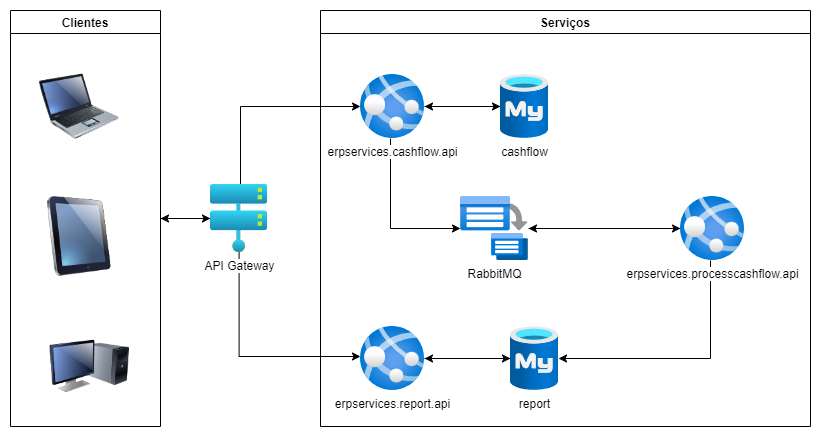
Above: Documentation/arquitetura.png in leansousa/ERPServices (draw.io), before the change. Source tidied: cells renumbered, new cells last; positions are measured from the earlier drawing's top-left corner, leaving out a move shared by most shapes.
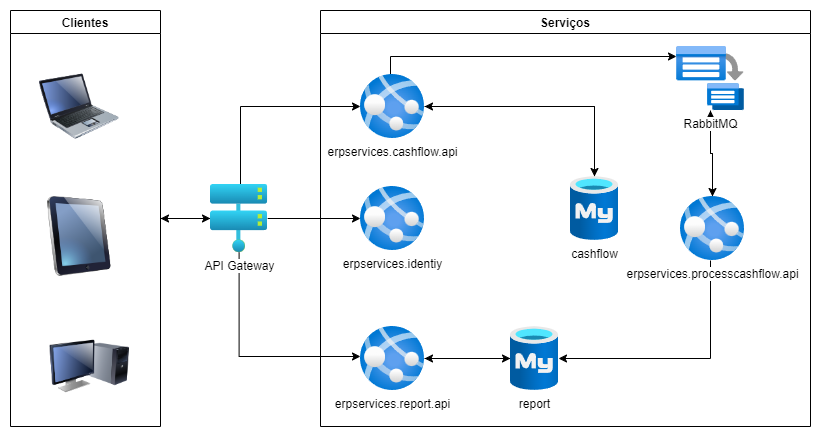
The same diagram one commit later.

The edit, as a diff of the source:
```diff
@@ -28,6 +28,9 @@
     <mxCell id="7" style="edgeStyle=orthogonalEdgeStyle;rounded=0;jettySize=auto;html=1;entryX=1;entryY=0.5;entryDx=0;entryDy=0;" parent="1" edge="1" source="8" target="24">
       <mxGeometry relative="1" as="geometry" />
     </mxCell>
+    <mxCell id="26" style="edgeStyle=orthogonalEdgeStyle;rounded=0;jettySize=auto;html=1;" parent="1" edge="1" source="8" target="27">
+      <mxGeometry relative="1" as="geometry" />
+    </mxCell>
     <mxCell id="8" value="API Gateway" style="image;html=1;points=[];align=center;fontSize=12;image=img/lib/azure2/compute/Hosts.svg;" parent="1" vertex="1">
       <mxGeometry x="200" y="174" width="57.2" height="68" as="geometry" />
     </mxCell>
@@ -37,7 +40,7 @@
     <mxCell id="10" style="edgeStyle=orthogonalEdgeStyle;rounded=0;jettySize=auto;html=1;" parent="1" edge="1" source="11" target="22">
       <mxGeometry relative="1" as="geometry">
         <Array as="points">
-          <mxPoint x="380" y="218" />
+          <mxPoint x="380" y="46" />
         </Array>
       </mxGeometry>
     </mxCell>
@@ -64,11 +67,12 @@
       <mxGeometry x="350" y="316" width="64" height="64" as="geometry" />
     </mxCell>
     <mxCell id="17" style="edgeStyle=orthogonalEdgeStyle;rounded=0;jettySize=auto;html=1;" parent="1" edge="1" source="18" target="11">
-      <mxGeometry relative="1" as="geometry" />
+      <mxGeometry relative="1" as="geometry">
+        <Array as="points">
+          <mxPoint x="584" y="96" />
+        </Array>
+      </mxGeometry>
     </mxCell>
-    <mxCell id="18" value="cashflow" style="image;html=1;points=[];align=center;fontSize=12;image=img/lib/azure2/databases/Azure_Database_MySQL_Server.svg;" parent="1" vertex="1">
-      <mxGeometry x="490" y="64" width="48" height="64" as="geometry" />
-    </mxCell>
     <mxCell id="19" style="edgeStyle=orthogonalEdgeStyle;rounded=0;jettySize=auto;html=1;" parent="1" edge="1" source="20" target="16">
       <mxGeometry relative="1" as="geometry" />
     </mxCell>
@@ -78,9 +82,6 @@
     <mxCell id="21" style="edgeStyle=orthogonalEdgeStyle;rounded=0;jettySize=auto;html=1;" parent="1" edge="1" source="22" target="14">
       <mxGeometry relative="1" as="geometry" />
     </mxCell>
-    <mxCell id="22" value="RabbitMQ" style="image;html=1;points=[];align=center;fontSize=12;image=img/lib/azure2/containers/Batch_Accounts.svg;" parent="1" vertex="1">
-      <mxGeometry x="450" y="186" width="68" height="64" as="geometry" />
-    </mxCell>
     <mxCell id="23" style="edgeStyle=orthogonalEdgeStyle;rounded=0;jettySize=auto;html=1;" parent="1" edge="1" source="24" target="8">
       <mxGeometry relative="1" as="geometry" />
     </mxCell>
@@ -90,5 +91,14 @@
     <mxCell id="25" value="Serviços" style="swimlane;" parent="1" vertex="1">
       <mxGeometry x="310" width="490" height="416" as="geometry" />
     </mxCell>
+    <mxCell id="22" value="RabbitMQ" style="image;html=1;points=[];align=center;fontSize=12;image=img/lib/azure2/containers/Batch_Accounts.svg;" parent="25" vertex="1">
+      <mxGeometry x="356" y="36" width="68" height="64" as="geometry" />
+    </mxCell>
+    <mxCell id="18" value="cashflow" style="image;html=1;points=[];align=center;fontSize=12;image=img/lib/azure2/databases/Azure_Database_MySQL_Server.svg;" parent="25" vertex="1">
+      <mxGeometry x="250" y="166" width="48" height="64" as="geometry" />
+    </mxCell>
+    <mxCell id="27" value="erpservices.identiy" style="image;html=1;points=[];align=center;fontSize=12;image=img/lib/azure2/compute/App_Services.svg;" parent="25" vertex="1">
+      <mxGeometry x="40" y="176" width="64" height="64" as="geometry" />
+    </mxCell>
   </root>
 </mxGraphModel>
```
